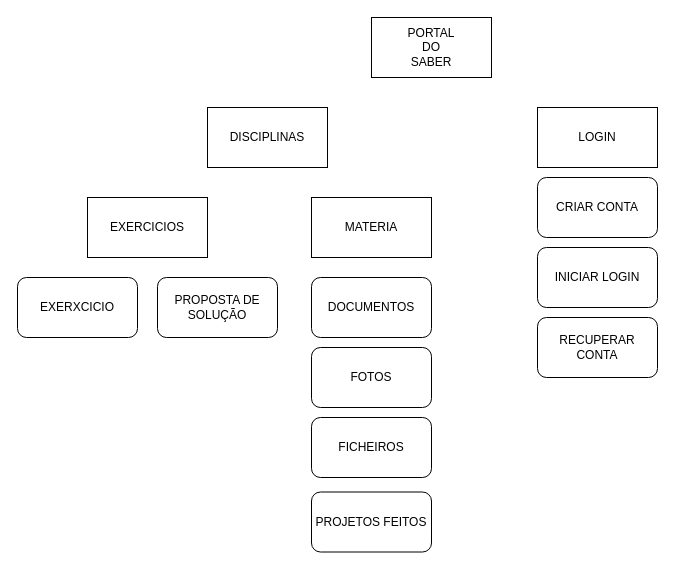
The draw.io diagram ProjetoDecoJovens.drawio in danymota1P/Diagrama, before the edit. Source tidied: cells renumbered, new cells numbered last; positions are measured from the earlier drawing's top-left corner, leaving out a move shared by most shapes. Both pictures are drawn from the tidied source at 100%, with x=0, y=0 at pixel (17, 17).
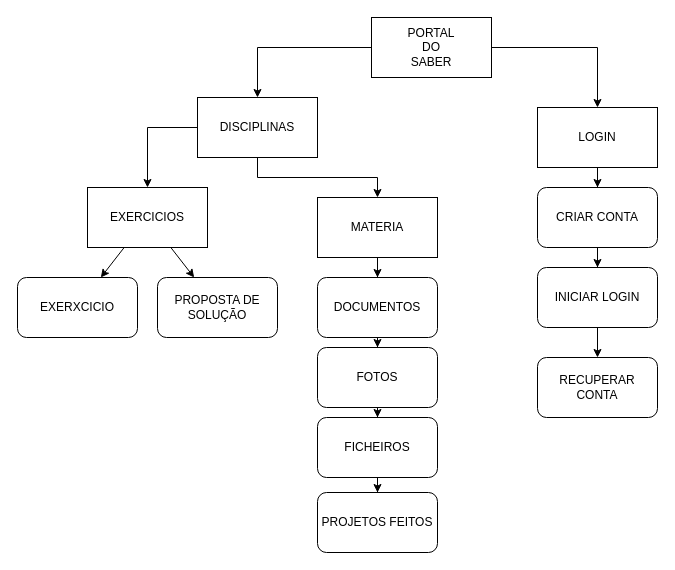
The same diagram, later.

Unchanged cells that the change refers to:
```xml
<mxCell id="2" value="PORTAL&lt;div&gt;DO&lt;br&gt;SABER&lt;/div&gt;" style="rounded=0;whiteSpace=wrap;html=1;" parent="1" vertex="1">
  <mxGeometry x="354" width="120" height="60" as="geometry" />
</mxCell>
<mxCell id="3" value="LOGIN" style="rounded=0;whiteSpace=wrap;html=1;" parent="1" vertex="1">
  <mxGeometry x="520" y="90" width="120" height="60" as="geometry" />
</mxCell>
<mxCell id="10" value="EXERXCICIO" style="rounded=1;whiteSpace=wrap;html=1;" parent="1" vertex="1">
  <mxGeometry y="260" width="120" height="60" as="geometry" />
</mxCell>
<mxCell id="11" value="PROPOSTA DE SOLUÇÃO" style="rounded=1;whiteSpace=wrap;html=1;" parent="1" vertex="1">
  <mxGeometry x="140" y="260" width="120" height="60" as="geometry" />
</mxCell>
```

Change to the diagram source:
```diff
@@
+    <mxCell id="16" style="edgeStyle=orthogonalEdgeStyle;rounded=0;jettySize=auto;html=1;" parent="1" edge="1" source="2" target="3">
+      <mxGeometry relative="1" as="geometry" />
+    </mxCell>
+    <mxCell id="17" style="edgeStyle=orthogonalEdgeStyle;rounded=0;jettySize=auto;html=1;" parent="1" edge="1" source="2" target="4">
+      <mxGeometry relative="1" as="geometry" />
+    </mxCell>
@@
+    <mxCell id="18" style="edgeStyle=orthogonalEdgeStyle;rounded=0;jettySize=auto;html=1;" parent="1" edge="1" source="3" target="5">
+      <mxGeometry relative="1" as="geometry" />
+    </mxCell>
@@
+    <mxCell id="19" style="edgeStyle=orthogonalEdgeStyle;rounded=0;jettySize=auto;html=1;" parent="1" edge="1" source="4" target="8">
+      <mxGeometry relative="1" as="geometry">
+        <Array as="points">
+          <mxPoint x="130" y="110" />
+        </Array>
+      </mxGeometry>
+    </mxCell>
+    <mxCell id="20" style="edgeStyle=orthogonalEdgeStyle;rounded=0;jettySize=auto;html=1;" parent="1" edge="1" source="4" target="9">
+      <mxGeometry relative="1" as="geometry" />
+    </mxCell>
     <mxCell id="4" value="DISCIPLINAS" style="rounded=0;whiteSpace=wrap;html=1;" parent="1" vertex="1">
-      <mxGeometry x="190" y="90" width="120" height="60" as="geometry" />
+      <mxGeometry x="180" y="80" width="120" height="60" as="geometry" />
     </mxCell>
+    <mxCell id="21" style="edgeStyle=orthogonalEdgeStyle;rounded=0;jettySize=auto;html=1;" parent="1" edge="1" source="5" target="6">
+      <mxGeometry relative="1" as="geometry" />
+    </mxCell>
     <mxCell id="5" value="CRIAR CONTA" style="rounded=1;whiteSpace=wrap;html=1;" parent="1" vertex="1">
-      <mxGeometry x="520" y="160" width="120" height="60" as="geometry" />
+      <mxGeometry x="520" y="170" width="120" height="60" as="geometry" />
     </mxCell>
+    <mxCell id="22" style="edgeStyle=orthogonalEdgeStyle;rounded=0;jettySize=auto;html=1;" parent="1" edge="1" source="6" target="7">
+      <mxGeometry relative="1" as="geometry" />
+    </mxCell>
     <mxCell id="6" value="INICIAR LOGIN" style="rounded=1;whiteSpace=wrap;html=1;" parent="1" vertex="1">
-      <mxGeometry x="520" y="230" width="120" height="60" as="geometry" />
+      <mxGeometry x="520" y="250" width="120" height="60" as="geometry" />
     </mxCell>
     <mxCell id="7" value="RECUPERAR&lt;br&gt;CONTA" style="rounded=1;whiteSpace=wrap;html=1;" parent="1" vertex="1">
-      <mxGeometry x="520" y="300" width="120" height="60" as="geometry" />
+      <mxGeometry x="520" y="340" width="120" height="60" as="geometry" />
     </mxCell>
     <mxCell id="8" value="EXERCICIOS" style="rounded=0;whiteSpace=wrap;html=1;" parent="1" vertex="1">
-      <mxGeometry x="70" y="180" width="120" height="60" as="geometry" />
+      <mxGeometry x="70" y="170" width="120" height="60" as="geometry" />
     </mxCell>
+    <mxCell id="23" style="edgeStyle=orthogonalEdgeStyle;rounded=0;jettySize=auto;html=1;" parent="1" edge="1" source="9" target="12">
+      <mxGeometry relative="1" as="geometry" />
+    </mxCell>
     <mxCell id="9" value="MATERIA" style="rounded=0;whiteSpace=wrap;html=1;" parent="1" vertex="1">
-      <mxGeometry x="294" y="180" width="120" height="60" as="geometry" />
+      <mxGeometry x="300" y="180" width="120" height="60" as="geometry" />
     </mxCell>
@@
+    <mxCell id="24" style="edgeStyle=orthogonalEdgeStyle;rounded=0;jettySize=auto;html=1;" parent="1" edge="1" source="12" target="13">
+      <mxGeometry relative="1" as="geometry" />
+    </mxCell>
     <mxCell id="12" value="DOCUMENTOS" style="rounded=1;whiteSpace=wrap;html=1;" parent="1" vertex="1">
-      <mxGeometry x="294" y="260" width="120" height="60" as="geometry" />
+      <mxGeometry x="300" y="260" width="120" height="60" as="geometry" />
     </mxCell>
+    <mxCell id="25" style="edgeStyle=orthogonalEdgeStyle;rounded=0;jettySize=auto;html=1;" parent="1" edge="1" source="13" target="14">
+      <mxGeometry relative="1" as="geometry" />
+    </mxCell>
     <mxCell id="13" value="FOTOS" style="rounded=1;whiteSpace=wrap;html=1;" parent="1" vertex="1">
-      <mxGeometry x="294" y="330" width="120" height="60" as="geometry" />
+      <mxGeometry x="300" y="330" width="120" height="60" as="geometry" />
     </mxCell>
+    <mxCell id="26" style="edgeStyle=orthogonalEdgeStyle;rounded=0;jettySize=auto;html=1;" parent="1" edge="1" source="14" target="15">
+      <mxGeometry relative="1" as="geometry" />
+    </mxCell>
     <mxCell id="14" value="FICHEIROS" style="rounded=1;whiteSpace=wrap;html=1;" parent="1" vertex="1">
-      <mxGeometry x="294" y="400" width="120" height="60" as="geometry" />
+      <mxGeometry x="300" y="400" width="120" height="60" as="geometry" />
     </mxCell>
     <mxCell id="15" value="PROJETOS FEITOS" style="rounded=1;whiteSpace=wrap;html=1;" parent="1" vertex="1">
-      <mxGeometry x="294" y="474.5" width="120" height="60" as="geometry" />
+      <mxGeometry x="300" y="475" width="120" height="60" as="geometry" />
     </mxCell>
+    <mxCell id="27" style="endArrow=classic;html=1;rounded=0;" parent="1" edge="1" source="8" target="10">
+      <mxGeometry relative="1" as="geometry" />
+    </mxCell>
+    <mxCell id="28" style="endArrow=classic;html=1;rounded=0;" parent="1" edge="1" source="8" target="11">
+      <mxGeometry relative="1" as="geometry" />
+    </mxCell>
```
